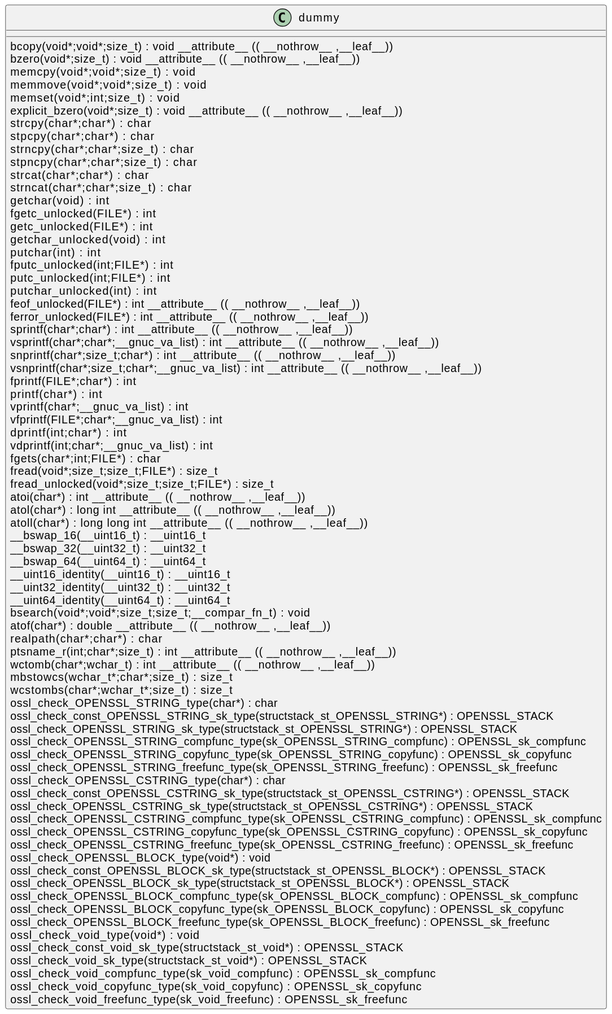
qualitesys/openssl keeps this PlantUML diagram as docs/qc/crypto/err/err_blocks.c.svg. Above is the earlier version. Source of this version:
```plantuml
@startuml
!pragma layout smetana
class dummy {
bcopy(void*;void*;size_t) :  void  __attribute__ (( __nothrow__ ,__leaf__)) [[[./../../.././qc/crypto/err/err_blocks.c.html#298]]]
bzero(void*;size_t) :  void  __attribute__ (( __nothrow__ ,__leaf__)) [[[./../../.././qc/crypto/err/err_blocks.c.html#305]]]
memcpy(void*;void*;size_t) :  void  [[[./../../.././qc/crypto/err/err_blocks.c.html#346]]]
memmove(void*;void*;size_t) :  void  [[[./../../.././qc/crypto/err/err_blocks.c.html#354]]]
memset(void*;int;size_t) :  void  [[[./../../.././qc/crypto/err/err_blocks.c.html#361]]]
explicit_bzero(void*;size_t) :  void  __attribute__ (( __nothrow__ ,__leaf__)) [[[./../../.././qc/crypto/err/err_blocks.c.html#374]]]
strcpy(char*;char*) :  char  [[[./../../.././qc/crypto/err/err_blocks.c.html#381]]]
stpcpy(char*;char*) :  char  [[[./../../.././qc/crypto/err/err_blocks.c.html#388]]]
strncpy(char*;char*;size_t) :  char  [[[./../../.././qc/crypto/err/err_blocks.c.html#396]]]
stpncpy(char*;char*;size_t) :  char  [[[./../../.././qc/crypto/err/err_blocks.c.html#406]]]
strcat(char*;char*) :  char  [[[./../../.././qc/crypto/err/err_blocks.c.html#413]]]
strncat(char*;char*;size_t) :  char  [[[./../../.././qc/crypto/err/err_blocks.c.html#420]]]
getchar(void) :  int  [[[./../../.././qc/crypto/err/err_blocks.c.html#1294]]]
fgetc_unlocked(FILE*) :  int  [[[./../../.././qc/crypto/err/err_blocks.c.html#1303]]]
getc_unlocked(FILE*) :  int  [[[./../../.././qc/crypto/err/err_blocks.c.html#1313]]]
getchar_unlocked(void) :  int  [[[./../../.././qc/crypto/err/err_blocks.c.html#1320]]]
putchar(int) :  int  [[[./../../.././qc/crypto/err/err_blocks.c.html#1329]]]
fputc_unlocked(int;FILE*) :  int  [[[./../../.././qc/crypto/err/err_blocks.c.html#1338]]]
putc_unlocked(int;FILE*) :  int  [[[./../../.././qc/crypto/err/err_blocks.c.html#1348]]]
putchar_unlocked(int) :  int  [[[./../../.././qc/crypto/err/err_blocks.c.html#1355]]]
feof_unlocked(FILE*) :  int  __attribute__ (( __nothrow__ ,__leaf__)) [[[./../../.././qc/crypto/err/err_blocks.c.html#1361]]]
ferror_unlocked(FILE*) :  int  __attribute__ (( __nothrow__ ,__leaf__)) [[[./../../.././qc/crypto/err/err_blocks.c.html#1368]]]
sprintf(char*;char*) :  int  __attribute__ (( __nothrow__ ,__leaf__)) [[[./../../.././qc/crypto/err/err_blocks.c.html#1387]]]
vsprintf(char*;char*;__gnuc_va_list) :  int  __attribute__ (( __nothrow__ ,__leaf__)) [[[./../../.././qc/crypto/err/err_blocks.c.html#1400]]]
snprintf(char*;size_t;char*) :  int  __attribute__ (( __nothrow__ ,__leaf__)) [[[./../../.././qc/crypto/err/err_blocks.c.html#1419]]]
vsnprintf(char*;size_t;char*;__gnuc_va_list) :  int  __attribute__ (( __nothrow__ ,__leaf__)) [[[./../../.././qc/crypto/err/err_blocks.c.html#1433]]]
fprintf(FILE*;char*) :  int  [[[./../../.././qc/crypto/err/err_blocks.c.html#1454]]]
printf(char*) :  int  [[[./../../.././qc/crypto/err/err_blocks.c.html#1461]]]
vprintf(char*;__gnuc_va_list) :  int  [[[./../../.././qc/crypto/err/err_blocks.c.html#1473]]]
vfprintf(FILE*;char*;__gnuc_va_list) :  int  [[[./../../.././qc/crypto/err/err_blocks.c.html#1483]]]
dprintf(int;char*) :  int  [[[./../../.././qc/crypto/err/err_blocks.c.html#1498]]]
vdprintf(int;char*;__gnuc_va_list) :  int  [[[./../../.././qc/crypto/err/err_blocks.c.html#1509]]]
fgets(char*;int;FILE*) :  char  [[[./../../.././qc/crypto/err/err_blocks.c.html#1528]]]
fread(void*;size_t;size_t;FILE*) : size_t [[[./../../.././qc/crypto/err/err_blocks.c.html#1554]]]
fread_unlocked(void*;size_t;size_t;FILE*) : size_t [[[./../../.././qc/crypto/err/err_blocks.c.html#1581]]]
atoi(char*) :  int  __attribute__ (( __nothrow__ ,__leaf__)) [[[./../../.././qc/crypto/err/err_blocks.c.html#1741]]]
atol(char*) :  long  int  __attribute__ (( __nothrow__ ,__leaf__)) [[[./../../.././qc/crypto/err/err_blocks.c.html#1746]]]
atoll(char*) :  long  long  int  __attribute__ (( __nothrow__ ,__leaf__)) [[[./../../.././qc/crypto/err/err_blocks.c.html#1753]]]
__bswap_16(__uint16_t) : __uint16_t [[[./../../.././qc/crypto/err/err_blocks.c.html#1900]]]
__bswap_32(__uint32_t) : __uint32_t [[[./../../.././qc/crypto/err/err_blocks.c.html#1915]]]
__bswap_64(__uint64_t) : __uint64_t [[[./../../.././qc/crypto/err/err_blocks.c.html#1925]]]
__uint16_identity(__uint16_t) : __uint16_t [[[./../../.././qc/crypto/err/err_blocks.c.html#1937]]]
__uint32_identity(__uint32_t) : __uint32_t [[[./../../.././qc/crypto/err/err_blocks.c.html#1943]]]
__uint64_identity(__uint64_t) : __uint64_t [[[./../../.././qc/crypto/err/err_blocks.c.html#1949]]]
bsearch(void*;void*;size_t;size_t;__compar_fn_t) :  void  [[[./../../.././qc/crypto/err/err_blocks.c.html#2617]]]
atof(char*) :  double  __attribute__ (( __nothrow__ ,__leaf__)) [[[./../../.././qc/crypto/err/err_blocks.c.html#1]]]
realpath(char*;char*) :  char  [[[./../../.././qc/crypto/err/err_blocks.c.html#1]]]
ptsname_r(int;char*;size_t) :  int  __attribute__ (( __nothrow__ ,__leaf__)) [[[./../../.././qc/crypto/err/err_blocks.c.html#1]]]
wctomb(char*;wchar_t) :  int  __attribute__ (( __nothrow__ ,__leaf__)) [[[./../../.././qc/crypto/err/err_blocks.c.html#1]]]
mbstowcs(wchar_t*;char*;size_t) : size_t [[[./../../.././qc/crypto/err/err_blocks.c.html#1]]]
wcstombs(char*;wchar_t*;size_t) : size_t [[[./../../.././qc/crypto/err/err_blocks.c.html#1]]]
ossl_check_OPENSSL_STRING_type(char*) :  char  [[[./../../.././qc/crypto/err/err_blocks.c.html#1]]]
ossl_check_const_OPENSSL_STRING_sk_type(structstack_st_OPENSSL_STRING*) : OPENSSL_STACK [[[./../../.././qc/crypto/err/err_blocks.c.html#1]]]
ossl_check_OPENSSL_STRING_sk_type(structstack_st_OPENSSL_STRING*) : OPENSSL_STACK [[[./../../.././qc/crypto/err/err_blocks.c.html#1]]]
ossl_check_OPENSSL_STRING_compfunc_type(sk_OPENSSL_STRING_compfunc) : OPENSSL_sk_compfunc [[[./../../.././qc/crypto/err/err_blocks.c.html#1]]]
ossl_check_OPENSSL_STRING_copyfunc_type(sk_OPENSSL_STRING_copyfunc) : OPENSSL_sk_copyfunc [[[./../../.././qc/crypto/err/err_blocks.c.html#1]]]
ossl_check_OPENSSL_STRING_freefunc_type(sk_OPENSSL_STRING_freefunc) : OPENSSL_sk_freefunc [[[./../../.././qc/crypto/err/err_blocks.c.html#1]]]
ossl_check_OPENSSL_CSTRING_type(char*) :  char  [[[./../../.././qc/crypto/err/err_blocks.c.html#1]]]
ossl_check_const_OPENSSL_CSTRING_sk_type(structstack_st_OPENSSL_CSTRING*) : OPENSSL_STACK [[[./../../.././qc/crypto/err/err_blocks.c.html#1]]]
ossl_check_OPENSSL_CSTRING_sk_type(structstack_st_OPENSSL_CSTRING*) : OPENSSL_STACK [[[./../../.././qc/crypto/err/err_blocks.c.html#1]]]
ossl_check_OPENSSL_CSTRING_compfunc_type(sk_OPENSSL_CSTRING_compfunc) : OPENSSL_sk_compfunc [[[./../../.././qc/crypto/err/err_blocks.c.html#1]]]
ossl_check_OPENSSL_CSTRING_copyfunc_type(sk_OPENSSL_CSTRING_copyfunc) : OPENSSL_sk_copyfunc [[[./../../.././qc/crypto/err/err_blocks.c.html#1]]]
ossl_check_OPENSSL_CSTRING_freefunc_type(sk_OPENSSL_CSTRING_freefunc) : OPENSSL_sk_freefunc [[[./../../.././qc/crypto/err/err_blocks.c.html#1]]]
ossl_check_OPENSSL_BLOCK_type(void*) :  void  [[[./../../.././qc/crypto/err/err_blocks.c.html#1]]]
ossl_check_const_OPENSSL_BLOCK_sk_type(structstack_st_OPENSSL_BLOCK*) : OPENSSL_STACK [[[./../../.././qc/crypto/err/err_blocks.c.html#1]]]
ossl_check_OPENSSL_BLOCK_sk_type(structstack_st_OPENSSL_BLOCK*) : OPENSSL_STACK [[[./../../.././qc/crypto/err/err_blocks.c.html#1]]]
ossl_check_OPENSSL_BLOCK_compfunc_type(sk_OPENSSL_BLOCK_compfunc) : OPENSSL_sk_compfunc [[[./../../.././qc/crypto/err/err_blocks.c.html#1]]]
ossl_check_OPENSSL_BLOCK_copyfunc_type(sk_OPENSSL_BLOCK_copyfunc) : OPENSSL_sk_copyfunc [[[./../../.././qc/crypto/err/err_blocks.c.html#1]]]
ossl_check_OPENSSL_BLOCK_freefunc_type(sk_OPENSSL_BLOCK_freefunc) : OPENSSL_sk_freefunc [[[./../../.././qc/crypto/err/err_blocks.c.html#1]]]
ossl_check_void_type(void*) :  void  [[[./../../.././qc/crypto/err/err_blocks.c.html#1]]]
ossl_check_const_void_sk_type(structstack_st_void*) : OPENSSL_STACK [[[./../../.././qc/crypto/err/err_blocks.c.html#1]]]
ossl_check_void_sk_type(structstack_st_void*) : OPENSSL_STACK [[[./../../.././qc/crypto/err/err_blocks.c.html#1]]]
ossl_check_void_compfunc_type(sk_void_compfunc) : OPENSSL_sk_compfunc [[[./../../.././qc/crypto/err/err_blocks.c.html#1]]]
ossl_check_void_copyfunc_type(sk_void_copyfunc) : OPENSSL_sk_copyfunc [[[./../../.././qc/crypto/err/err_blocks.c.html#1]]]
ossl_check_void_freefunc_type(sk_void_freefunc) : OPENSSL_sk_freefunc [[[./../../.././qc/crypto/err/err_blocks.c.html#1]]]
}
@enduml
```
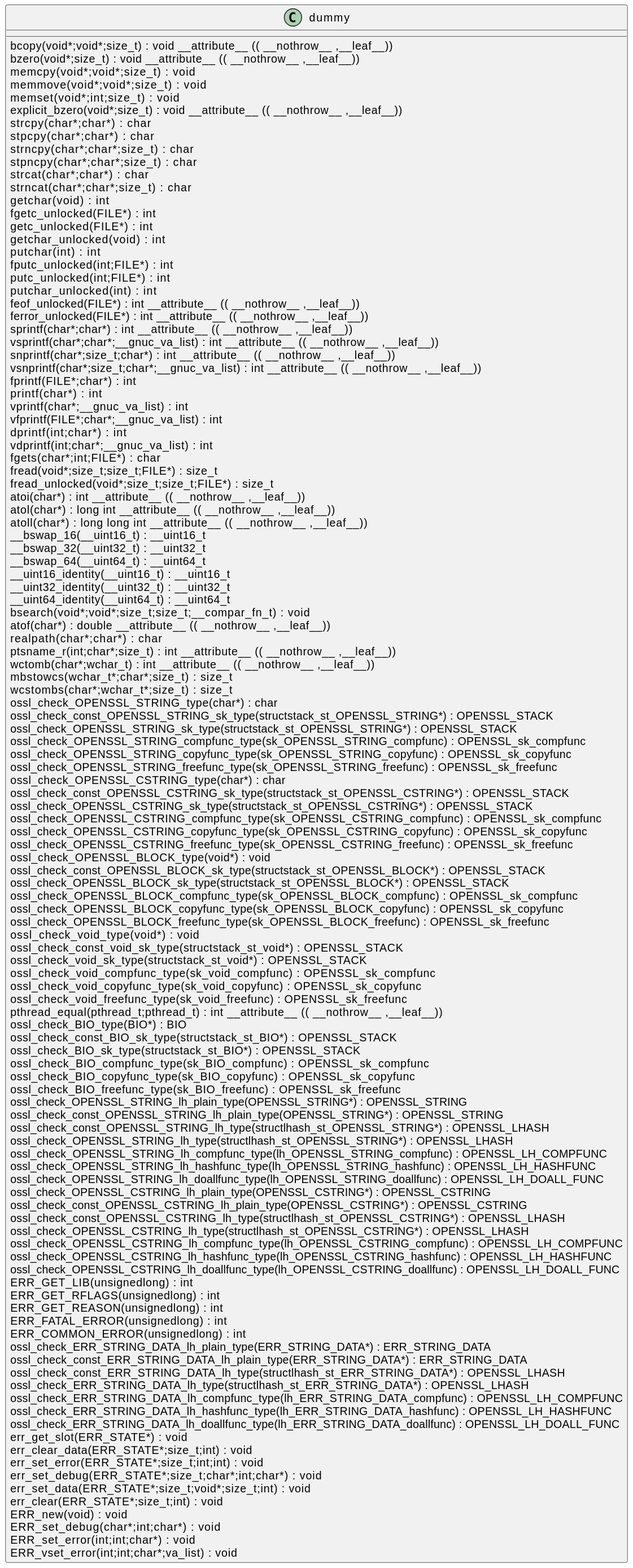
The same diagram one commit later.

Change to the diagram source:
```diff
@@ -76,5 +76,48 @@
 ossl_check_void_compfunc_type(sk_void_compfunc) : OPENSSL_sk_compfunc [[[./../../.././qc/crypto/err/err_blocks.c.html#1]]]
 ossl_check_void_copyfunc_type(sk_void_copyfunc) : OPENSSL_sk_copyfunc [[[./../../.././qc/crypto/err/err_blocks.c.html#1]]]
 ossl_check_void_freefunc_type(sk_void_freefunc) : OPENSSL_sk_freefunc [[[./../../.././qc/crypto/err/err_blocks.c.html#1]]]
+pthread_equal(pthread_t;pthread_t) :  int  __attribute__ (( __nothrow__ ,__leaf__)) [[[./../../.././qc/crypto/err/err_blocks.c.html#1]]]
+ossl_check_BIO_type(BIO*) : BIO [[[./../../.././qc/crypto/err/err_blocks.c.html#1]]]
+ossl_check_const_BIO_sk_type(structstack_st_BIO*) : OPENSSL_STACK [[[./../../.././qc/crypto/err/err_blocks.c.html#1]]]
+ossl_check_BIO_sk_type(structstack_st_BIO*) : OPENSSL_STACK [[[./../../.././qc/crypto/err/err_blocks.c.html#1]]]
+ossl_check_BIO_compfunc_type(sk_BIO_compfunc) : OPENSSL_sk_compfunc [[[./../../.././qc/crypto/err/err_blocks.c.html#1]]]
+ossl_check_BIO_copyfunc_type(sk_BIO_copyfunc) : OPENSSL_sk_copyfunc [[[./../../.././qc/crypto/err/err_blocks.c.html#1]]]
+ossl_check_BIO_freefunc_type(sk_BIO_freefunc) : OPENSSL_sk_freefunc [[[./../../.././qc/crypto/err/err_blocks.c.html#1]]]
+ossl_check_OPENSSL_STRING_lh_plain_type(OPENSSL_STRING*) : OPENSSL_STRING [[[./../../.././qc/crypto/err/err_blocks.c.html#1]]]
+ossl_check_const_OPENSSL_STRING_lh_plain_type(OPENSSL_STRING*) : OPENSSL_STRING [[[./../../.././qc/crypto/err/err_blocks.c.html#1]]]
+ossl_check_const_OPENSSL_STRING_lh_type(structlhash_st_OPENSSL_STRING*) : OPENSSL_LHASH [[[./../../.././qc/crypto/err/err_blocks.c.html#1]]]
+ossl_check_OPENSSL_STRING_lh_type(structlhash_st_OPENSSL_STRING*) : OPENSSL_LHASH [[[./../../.././qc/crypto/err/err_blocks.c.html#1]]]
+ossl_check_OPENSSL_STRING_lh_compfunc_type(lh_OPENSSL_STRING_compfunc) : OPENSSL_LH_COMPFUNC [[[./../../.././qc/crypto/err/err_blocks.c.html#1]]]
+ossl_check_OPENSSL_STRING_lh_hashfunc_type(lh_OPENSSL_STRING_hashfunc) : OPENSSL_LH_HASHFUNC [[[./../../.././qc/crypto/err/err_blocks.c.html#1]]]
+ossl_check_OPENSSL_STRING_lh_doallfunc_type(lh_OPENSSL_STRING_doallfunc) : OPENSSL_LH_DOALL_FUNC [[[./../../.././qc/crypto/err/err_blocks.c.html#1]]]
+ossl_check_OPENSSL_CSTRING_lh_plain_type(OPENSSL_CSTRING*) : OPENSSL_CSTRING [[[./../../.././qc/crypto/err/err_blocks.c.html#1]]]
+ossl_check_const_OPENSSL_CSTRING_lh_plain_type(OPENSSL_CSTRING*) : OPENSSL_CSTRING [[[./../../.././qc/crypto/err/err_blocks.c.html#1]]]
+ossl_check_const_OPENSSL_CSTRING_lh_type(structlhash_st_OPENSSL_CSTRING*) : OPENSSL_LHASH [[[./../../.././qc/crypto/err/err_blocks.c.html#1]]]
+ossl_check_OPENSSL_CSTRING_lh_type(structlhash_st_OPENSSL_CSTRING*) : OPENSSL_LHASH [[[./../../.././qc/crypto/err/err_blocks.c.html#1]]]
+ossl_check_OPENSSL_CSTRING_lh_compfunc_type(lh_OPENSSL_CSTRING_compfunc) : OPENSSL_LH_COMPFUNC [[[./../../.././qc/crypto/err/err_blocks.c.html#1]]]
+ossl_check_OPENSSL_CSTRING_lh_hashfunc_type(lh_OPENSSL_CSTRING_hashfunc) : OPENSSL_LH_HASHFUNC [[[./../../.././qc/crypto/err/err_blocks.c.html#1]]]
+ossl_check_OPENSSL_CSTRING_lh_doallfunc_type(lh_OPENSSL_CSTRING_doallfunc) : OPENSSL_LH_DOALL_FUNC [[[./../../.././qc/crypto/err/err_blocks.c.html#1]]]
+ERR_GET_LIB(unsignedlong) :  int  [[[./../../.././qc/crypto/err/err_blocks.c.html#1]]]
+ERR_GET_RFLAGS(unsignedlong) :  int  [[[./../../.././qc/crypto/err/err_blocks.c.html#1]]]
+ERR_GET_REASON(unsignedlong) :  int  [[[./../../.././qc/crypto/err/err_blocks.c.html#1]]]
+ERR_FATAL_ERROR(unsignedlong) :  int  [[[./../../.././qc/crypto/err/err_blocks.c.html#1]]]
+ERR_COMMON_ERROR(unsignedlong) :  int  [[[./../../.././qc/crypto/err/err_blocks.c.html#1]]]
+ossl_check_ERR_STRING_DATA_lh_plain_type(ERR_STRING_DATA*) : ERR_STRING_DATA [[[./../../.././qc/crypto/err/err_blocks.c.html#1]]]
+ossl_check_const_ERR_STRING_DATA_lh_plain_type(ERR_STRING_DATA*) : ERR_STRING_DATA [[[./../../.././qc/crypto/err/err_blocks.c.html#1]]]
+ossl_check_const_ERR_STRING_DATA_lh_type(structlhash_st_ERR_STRING_DATA*) : OPENSSL_LHASH [[[./../../.././qc/crypto/err/err_blocks.c.html#1]]]
+ossl_check_ERR_STRING_DATA_lh_type(structlhash_st_ERR_STRING_DATA*) : OPENSSL_LHASH [[[./../../.././qc/crypto/err/err_blocks.c.html#1]]]
+ossl_check_ERR_STRING_DATA_lh_compfunc_type(lh_ERR_STRING_DATA_compfunc) : OPENSSL_LH_COMPFUNC [[[./../../.././qc/crypto/err/err_blocks.c.html#1]]]
+ossl_check_ERR_STRING_DATA_lh_hashfunc_type(lh_ERR_STRING_DATA_hashfunc) : OPENSSL_LH_HASHFUNC [[[./../../.././qc/crypto/err/err_blocks.c.html#1]]]
+ossl_check_ERR_STRING_DATA_lh_doallfunc_type(lh_ERR_STRING_DATA_doallfunc) : OPENSSL_LH_DOALL_FUNC [[[./../../.././qc/crypto/err/err_blocks.c.html#1]]]
+err_get_slot(ERR_STATE*) :  void  [[[./../../.././qc/crypto/err/err_blocks.c.html#1]]]
+err_clear_data(ERR_STATE*;size_t;int) :  void  [[[./../../.././qc/crypto/err/err_blocks.c.html#1]]]
+err_set_error(ERR_STATE*;size_t;int;int) :  void  [[[./../../.././qc/crypto/err/err_blocks.c.html#1]]]
+err_set_debug(ERR_STATE*;size_t;char*;int;char*) :  void  [[[./../../.././qc/crypto/err/err_blocks.c.html#1]]]
+err_set_data(ERR_STATE*;size_t;void*;size_t;int) :  void  [[[./../../.././qc/crypto/err/err_blocks.c.html#1]]]
+err_clear(ERR_STATE*;size_t;int) :  void  [[[./../../.././qc/crypto/err/err_blocks.c.html#1]]]
+ERR_new(void) :  void  [[[./../../.././qc/crypto/err/err_blocks.c.html#1]]]
+ERR_set_debug(char*;int;char*) :  void  [[[./../../.././qc/crypto/err/err_blocks.c.html#1]]]
+ERR_set_error(int;int;char*) :  void  [[[./../../.././qc/crypto/err/err_blocks.c.html#1]]]
+ERR_vset_error(int;int;char*;va_list) :  void  [[[./../../.././qc/crypto/err/err_blocks.c.html#1]]]
 }
 @enduml
```
